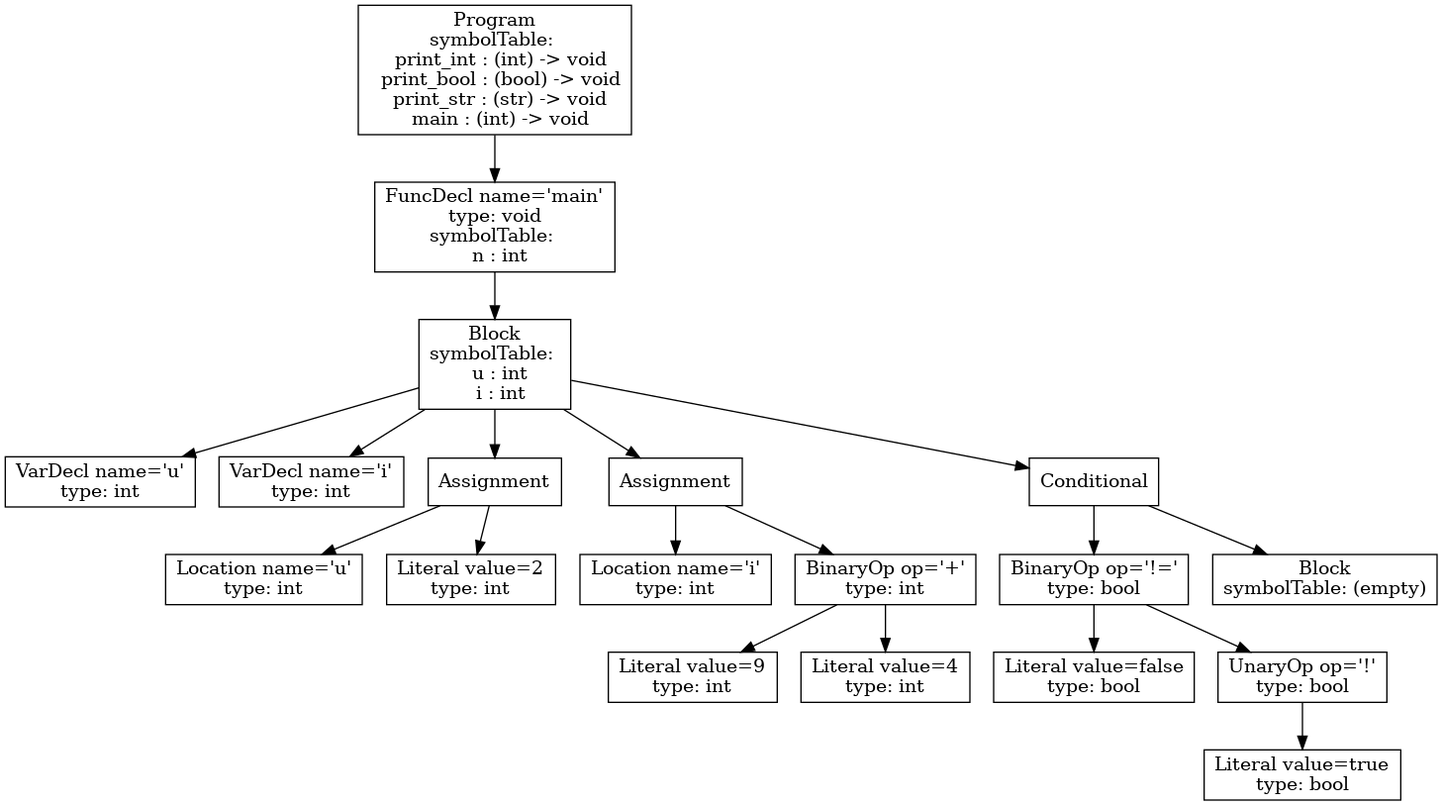
This is ast.png from vtstew/p3-analysis, a Graphviz export, as it was before one commit. Its source is kept beside it as ast.dot.
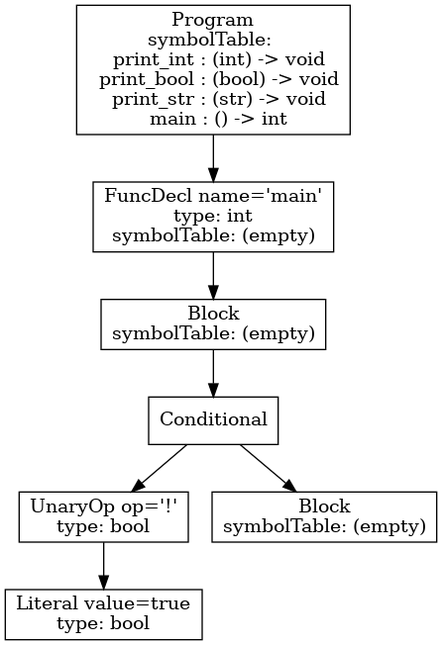
Above is the later version.

Change to the diagram source:
```diff
@@ -1,39 +1,15 @@
 digraph AST {
-3 [shape=box, label="VarDecl name='u'\ntype: int"];
-4 [shape=box, label="VarDecl name='i'\ntype: int"];
-6 [shape=box, label="Location name='u'\ntype: int"];
-7 [shape=box, label="Literal value=2\ntype: int"];
-5 [shape=box, label="Assignment"];
-5 -> 6;
-5 -> 7;
-9 [shape=box, label="Location name='i'\ntype: int"];
-11 [shape=box, label="Literal value=9\ntype: int"];
-12 [shape=box, label="Literal value=4\ntype: int"];
-10 [shape=box, label="BinaryOp op='+'\ntype: int"];
-10 -> 11;
-10 -> 12;
-8 [shape=box, label="Assignment"];
-8 -> 9;
-8 -> 10;
-15 [shape=box, label="Literal value=false\ntype: bool"];
-17 [shape=box, label="Literal value=true\ntype: bool"];
-16 [shape=box, label="UnaryOp op='!'\ntype: bool"];
-16 -> 17;
-14 [shape=box, label="BinaryOp op='!='\ntype: bool"];
-14 -> 15;
-14 -> 16;
-18 [shape=box, label="Block\nsymbolTable: (empty)"];
-13 [shape=box, label="Conditional"];
-13 -> 14;
-13 -> 18;
-2 [shape=box, label="Block\nsymbolTable: \n  u : int\n  i : int"];
+5 [shape=box, label="Literal value=true\ntype: bool"];
+4 [shape=box, label="UnaryOp op='!'\ntype: bool"];
+4 -> 5;
+6 [shape=box, label="Block\nsymbolTable: (empty)"];
+3 [shape=box, label="Conditional"];
+3 -> 4;
+3 -> 6;
+2 [shape=box, label="Block\nsymbolTable: (empty)"];
 2 -> 3;
-2 -> 4;
-2 -> 5;
-2 -> 8;
-2 -> 13;
-1 [shape=box, label="FuncDecl name='main'\ntype: void\nsymbolTable: \n  n : int"];
+1 [shape=box, label="FuncDecl name='main'\ntype: int\nsymbolTable: (empty)"];
 1 -> 2;
-0 [shape=box, label="Program\nsymbolTable: \n  print_int : (int) -> void\n  print_bool : (bool) -> void\n  print_str : (str) -> void\n  main : (int) -> void"];
+0 [shape=box, label="Program\nsymbolTable: \n  print_int : (int) -> void\n  print_bool : (bool) -> void\n  print_str : (str) -> void\n  main : () -> int"];
 0 -> 1;
 }
```
